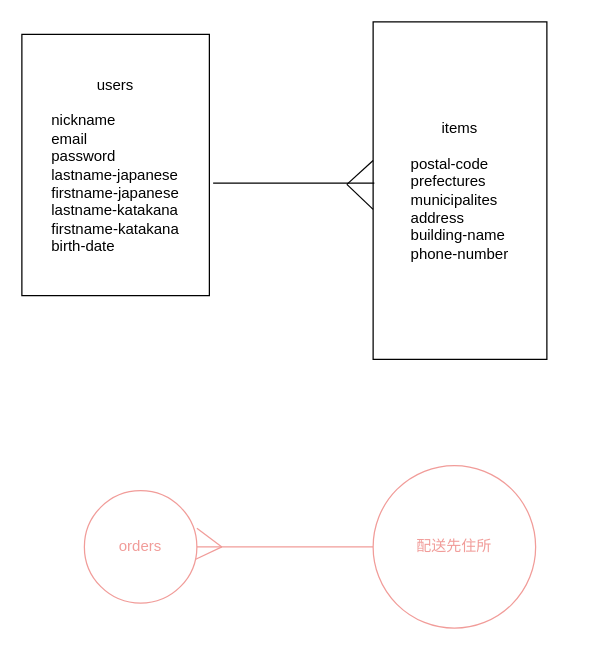
This is Untitled Diagram.drawio from TK-19881224/furima-34419, a draw.io file, before an edit. Source tidied: cells renumbered, new cells numbered last; positions are measured from the earlier drawing's top-left corner, leaving out a move shared by most shapes. Both pictures are drawn from the tidied source at 125%, with x=0, y=0 at pixel (21, 21).
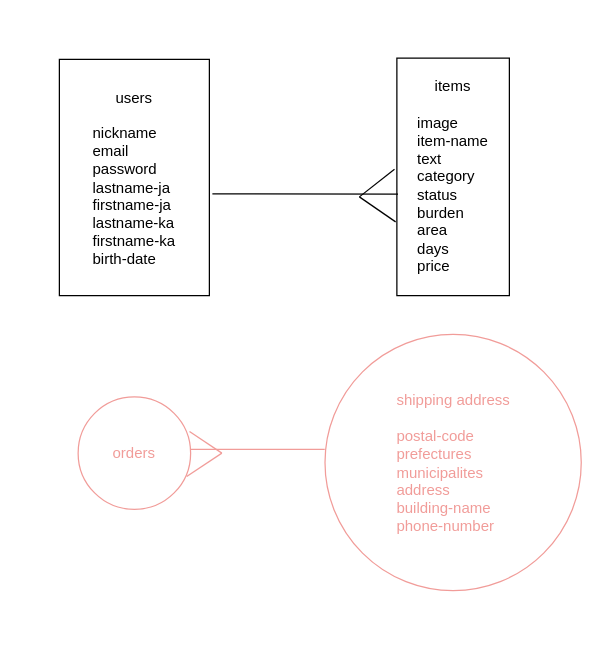
The same page after the edit.

The edit, as a diff of the source:
```diff
@@
 <mxGraphModel>
   <root>
     <mxCell id="0" />
     <mxCell id="1" parent="0" />
-    <mxCell id="2" value="users&lt;br&gt;&lt;br&gt;&lt;div style=&quot;text-align: left&quot;&gt;&lt;span&gt;nickname&lt;/span&gt;&lt;/div&gt;&lt;div style=&quot;text-align: left&quot;&gt;&lt;span&gt;email&lt;/span&gt;&lt;/div&gt;&lt;div style=&quot;text-align: left&quot;&gt;password&lt;/div&gt;&lt;div style=&quot;text-align: left&quot;&gt;lastname-japanese&lt;/div&gt;&lt;div style=&quot;text-align: left&quot;&gt;firstname-japanese&lt;/div&gt;&lt;div style=&quot;text-align: left&quot;&gt;&lt;div&gt;lastname-katakana&lt;/div&gt;&lt;div&gt;firstname-katakana&lt;/div&gt;&lt;div&gt;birth-date&lt;/div&gt;&lt;/div&gt;" style="rounded=0;whiteSpace=wrap;html=1;align=center;" parent="1" vertex="1">
-      <mxGeometry y="10" width="150" height="209" as="geometry" />
+    <mxCell id="2" value="users&lt;br&gt;&lt;br&gt;&lt;div style=&quot;text-align: left&quot;&gt;&lt;span&gt;nickname&lt;/span&gt;&lt;/div&gt;&lt;div style=&quot;text-align: left&quot;&gt;&lt;span&gt;email&lt;/span&gt;&lt;/div&gt;&lt;div style=&quot;text-align: left&quot;&gt;password&lt;/div&gt;&lt;div style=&quot;text-align: left&quot;&gt;lastname-ja&lt;/div&gt;&lt;div style=&quot;text-align: left&quot;&gt;firstname-ja&lt;/div&gt;&lt;div style=&quot;text-align: left&quot;&gt;&lt;div&gt;lastname-ka&lt;/div&gt;&lt;div&gt;firstname-ka&lt;/div&gt;&lt;div&gt;birth-date&lt;/div&gt;&lt;/div&gt;" style="rounded=0;whiteSpace=wrap;html=1;align=center;" parent="1" vertex="1">
+      <mxGeometry x="30" y="30" width="120" height="189" as="geometry" />
     </mxCell>
-    <mxCell id="3" value="&lt;div&gt;&lt;span&gt;items&lt;/span&gt;&lt;/div&gt;&lt;div&gt;&lt;br&gt;&lt;/div&gt;&lt;div style=&quot;text-align: left&quot;&gt;postal-code&lt;/div&gt;&lt;div style=&quot;text-align: left&quot;&gt;prefectures&lt;/div&gt;&lt;div style=&quot;text-align: left&quot;&gt;municipalites&lt;/div&gt;&lt;div style=&quot;text-align: left&quot;&gt;address&lt;/div&gt;&lt;div style=&quot;text-align: left&quot;&gt;building-name&lt;/div&gt;&lt;div style=&quot;text-align: left&quot;&gt;phone-number&lt;/div&gt;" style="rounded=0;whiteSpace=wrap;html=1;" parent="1" vertex="1">
-      <mxGeometry x="281" width="139" height="270" as="geometry" />
+    <mxCell id="3" value="&lt;div&gt;&lt;span&gt;items&lt;/span&gt;&lt;/div&gt;&lt;div&gt;&lt;br&gt;&lt;/div&gt;&lt;div style=&quot;text-align: left&quot;&gt;image&lt;/div&gt;&lt;div style=&quot;text-align: left&quot;&gt;item-name&lt;/div&gt;&lt;div style=&quot;text-align: left&quot;&gt;text&lt;/div&gt;&lt;div style=&quot;text-align: left&quot;&gt;category&lt;/div&gt;&lt;div style=&quot;text-align: left&quot;&gt;status&lt;/div&gt;&lt;div style=&quot;text-align: left&quot;&gt;burden&lt;/div&gt;&lt;div style=&quot;text-align: left&quot;&gt;area&lt;/div&gt;&lt;div style=&quot;text-align: left&quot;&gt;days&lt;/div&gt;&lt;div style=&quot;text-align: left&quot;&gt;price&lt;/div&gt;" style="rounded=0;whiteSpace=wrap;html=1;" parent="1" vertex="1">
+      <mxGeometry x="300" y="29" width="90" height="190" as="geometry" />
     </mxCell>
     <mxCell id="4" value="&lt;font color=&quot;#f19c99&quot;&gt;orders&lt;br&gt;&lt;/font&gt;" style="ellipse;whiteSpace=wrap;html=1;strokeColor=#F19C99;" parent="1" vertex="1">
-      <mxGeometry x="50" y="375" width="90" height="90" as="geometry" />
+      <mxGeometry x="45" y="300" width="90" height="90" as="geometry" />
     </mxCell>
-    <mxCell id="5" value="&lt;font color=&quot;#f19c99&quot;&gt;配送先住所&lt;/font&gt;" style="ellipse;whiteSpace=wrap;html=1;strokeColor=#F19C99;" parent="1" vertex="1">
-      <mxGeometry x="281" y="355" width="130" height="130" as="geometry" />
+    <mxCell id="5" value="&lt;font color=&quot;#f19c99&quot;&gt;shipping address&lt;br&gt;&lt;br&gt;&lt;/font&gt;&lt;div style=&quot;text-align: left&quot;&gt;&lt;font color=&quot;#f19c99&quot;&gt;postal-code&lt;/font&gt;&lt;/div&gt;&lt;div style=&quot;text-align: left&quot;&gt;&lt;font color=&quot;#f19c99&quot;&gt;prefectures&lt;/font&gt;&lt;/div&gt;&lt;div style=&quot;text-align: left&quot;&gt;&lt;font color=&quot;#f19c99&quot;&gt;municipalites&lt;/font&gt;&lt;/div&gt;&lt;div style=&quot;text-align: left&quot;&gt;&lt;font color=&quot;#f19c99&quot;&gt;address&lt;/font&gt;&lt;/div&gt;&lt;div style=&quot;text-align: left&quot;&gt;&lt;font color=&quot;#f19c99&quot;&gt;building-name&lt;/font&gt;&lt;/div&gt;&lt;div style=&quot;text-align: left&quot;&gt;&lt;font color=&quot;#f19c99&quot;&gt;phone-number&lt;/font&gt;&lt;/div&gt;" style="ellipse;whiteSpace=wrap;html=1;strokeColor=#F19C99;" parent="1" vertex="1">
+      <mxGeometry x="242.5" y="250" width="205" height="205" as="geometry" />
     </mxCell>
-    <mxCell id="6" style="endArrow=none;html=1;entryX=0;entryY=0.5;entryDx=0;entryDy=0;exitX=1;exitY=0.5;exitDx=0;exitDy=0;strokeColor=#F19C99;" parent="1" edge="1" source="4" target="5">
-      <mxGeometry relative="1" as="geometry" />
+    <mxCell id="6" style="endArrow=none;html=1;strokeColor=#F19C99;entryX=-0.001;entryY=0.449;entryDx=0;entryDy=0;entryPerimeter=0;" parent="1" edge="1" target="5">
+      <mxGeometry relative="1" as="geometry">
+        <mxPoint x="135" y="342" as="sourcePoint" />
+      </mxGeometry>
     </mxCell>
-    <mxCell id="7" style="endArrow=none;html=1;strokeColor=#F19C99;exitX=0.985;exitY=0.612;exitDx=0;exitDy=0;exitPerimeter=0;" parent="1" edge="1" source="4">
-      <mxGeometry relative="1" as="geometry">
-        <mxPoint x="160" y="420" as="targetPoint" />
-      </mxGeometry>
-    </mxCell>
-    <mxCell id="8" style="endArrow=none;html=1;exitX=0;exitY=0.411;exitDx=0;exitDy=0;exitPerimeter=0;" parent="1" edge="1" source="3">
+    <mxCell id="8" style="endArrow=none;html=1;exitX=-0.021;exitY=0.468;exitDx=0;exitDy=0;exitPerimeter=0;" parent="1" edge="1" source="3">
       <mxGeometry relative="1" as="geometry">
-        <mxPoint x="260" y="130" as="targetPoint" />
+        <mxPoint x="270" y="140" as="targetPoint" />
       </mxGeometry>
     </mxCell>
     <mxCell id="9" style="endArrow=none;html=1;" parent="1" edge="1">
       <mxGeometry relative="1" as="geometry">
-        <mxPoint x="260" y="130" as="sourcePoint" />
-        <mxPoint x="281" y="150" as="targetPoint" />
+        <mxPoint x="270" y="140" as="sourcePoint" />
+        <mxPoint x="299" y="160" as="targetPoint" />
       </mxGeometry>
     </mxCell>
-    <mxCell id="10" style="endArrow=none;html=1;strokeColor=#000000;fontColor=#000000;exitX=1.02;exitY=0.569;exitDx=0;exitDy=0;exitPerimeter=0;entryX=0.007;entryY=0.478;entryDx=0;entryDy=0;entryPerimeter=0;" parent="1" edge="1" source="2" target="3">
+    <mxCell id="10" style="endArrow=none;html=1;strokeColor=#000000;fontColor=#000000;exitX=1.02;exitY=0.569;exitDx=0;exitDy=0;exitPerimeter=0;entryX=0.01;entryY=0.573;entryDx=0;entryDy=0;entryPerimeter=0;" parent="1" edge="1" source="2" target="3">
       <mxGeometry relative="1" as="geometry" />
     </mxCell>
-    <mxCell id="11" style="endArrow=none;html=1;strokeColor=#F19C99;fontColor=#000000;" parent="1" edge="1">
+    <mxCell id="11" style="endArrow=none;html=1;strokeColor=#F19C99;fontColor=#000000;exitX=0.99;exitY=0.308;exitDx=0;exitDy=0;exitPerimeter=0;" parent="1" edge="1" source="4">
       <mxGeometry relative="1" as="geometry">
-        <mxPoint x="140" y="405" as="sourcePoint" />
-        <mxPoint x="160" y="420" as="targetPoint" />
+        <mxPoint x="160" y="345" as="targetPoint" />
+        <Array as="points">
+          <mxPoint x="160" y="345" />
+        </Array>
       </mxGeometry>
     </mxCell>
+    <mxCell id="12" style="endArrow=none;html=1;strokeColor=#F19C99;fontColor=#000000;exitX=0.965;exitY=0.708;exitDx=0;exitDy=0;exitPerimeter=0;" parent="1" edge="1" source="4">
+      <mxGeometry relative="1" as="geometry">
+        <mxPoint x="160" y="345" as="targetPoint" />
+      </mxGeometry>
+    </mxCell>
   </root>
 </mxGraphModel>
```
